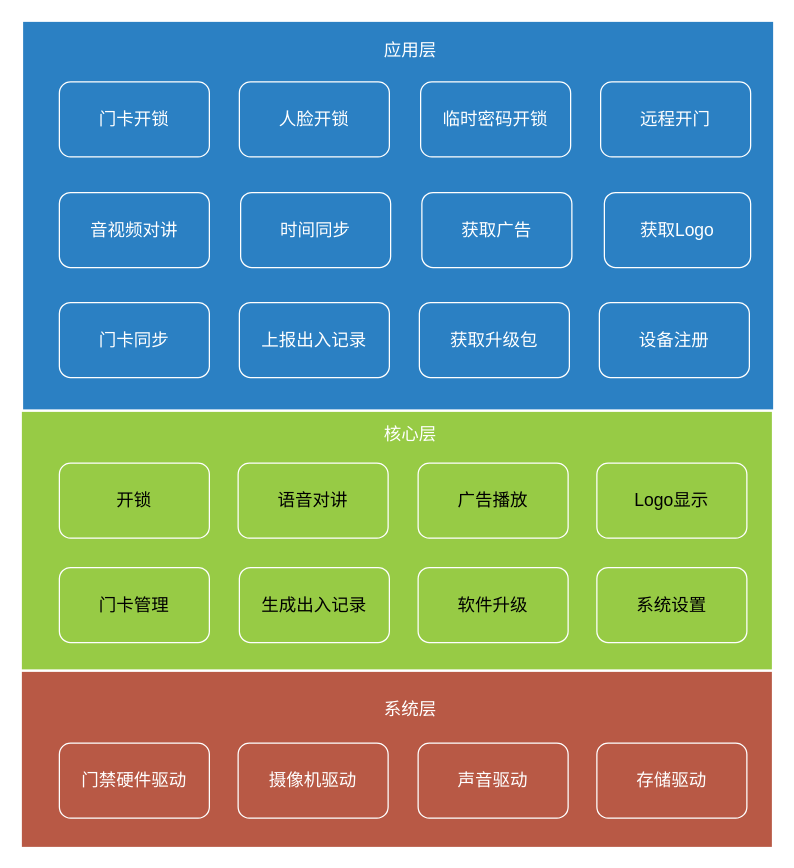
Earlier version of the draw.io diagram page "Page-2" (2 of 2) of smartdoor.drawio (jeffmacn/myjava). Source tidied: cells renumbered, new cells numbered last; positions are measured from the earlier drawing's top-left corner, leaving out a move shared by most shapes. Both pictures are drawn from the tidied source at 125%, with x=0, y=0 at pixel (21, 21).
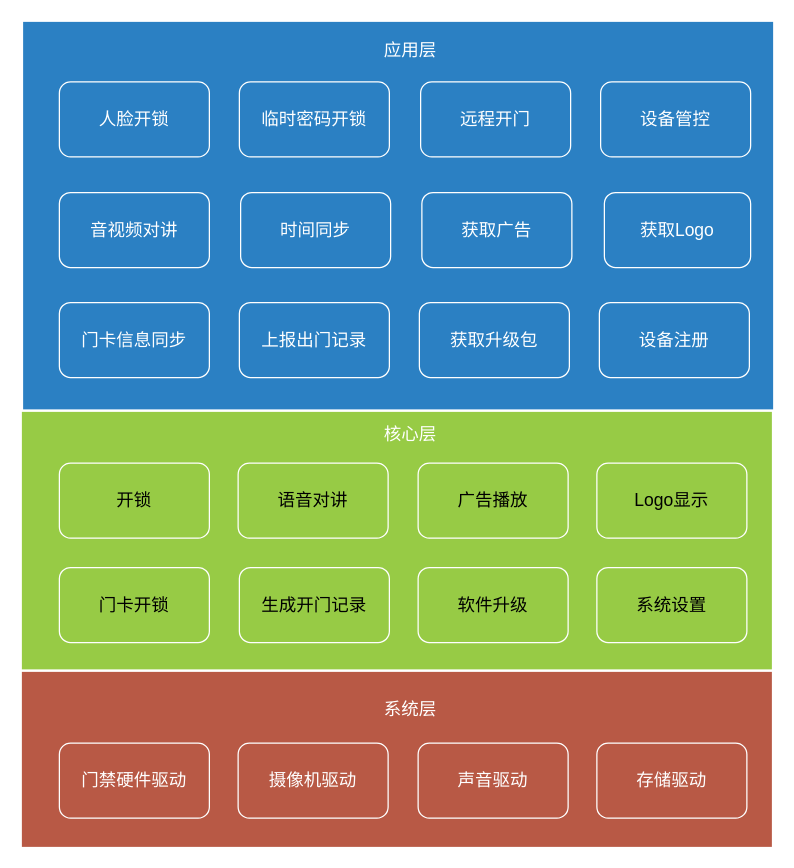
After the change.

The change refers to these unchanged cells:
```xml
<mxCell id="18" style="group;" parent="1" vertex="1">
  <mxGeometry x="30" y="436.5" width="550" height="60" as="geometry" />
</mxCell>
<mxCell id="21" style="group;fontColor=#FFFFFF;" parent="1" vertex="1">
  <mxGeometry x="30" y="48" width="553" height="60" as="geometry" />
</mxCell>
<mxCell id="26" style="group;" parent="1" vertex="1">
  <mxGeometry x="30" y="224.5" width="552" height="60" as="geometry" />
</mxCell>
```

Change to the diagram source:
```diff
@@
-    <mxCell id="20" value="门卡管理" style="rounded=1;whiteSpace=wrap;html=1;strokeColor=#FFFFFF;fillColor=none;fontColor=#000000;fontSize=14;" parent="18" vertex="1">
+    <mxCell id="20" value="门卡开锁" style="rounded=1;whiteSpace=wrap;html=1;strokeColor=#FFFFFF;fillColor=none;fontColor=#000000;fontSize=14;" parent="18" vertex="1">
       <mxGeometry width="120" height="60" as="geometry" />
     </mxCell>
@@
-    <mxCell id="22" value="&lt;font color=&quot;#ffffff&quot;&gt;门卡开锁&lt;/font&gt;" style="rounded=1;whiteSpace=wrap;html=1;strokeColor=#FFFFFF;fillColor=none;fontColor=#FF0000;fontSize=14;" parent="21" vertex="1">
+    <mxCell id="22" value="&lt;font color=&quot;#ffffff&quot;&gt;人脸开锁&lt;/font&gt;" style="rounded=1;whiteSpace=wrap;html=1;strokeColor=#FFFFFF;fillColor=none;fontColor=#FF0000;fontSize=14;" parent="21" vertex="1">
       <mxGeometry width="120" height="60" as="geometry" />
     </mxCell>
-    <mxCell id="23" value="人脸开锁" style="rounded=1;whiteSpace=wrap;html=1;strokeColor=#FFFFFF;fillColor=none;fontColor=#FFFFFF;fontSize=14;" parent="21" vertex="1">
+    <mxCell id="23" value="临时密码开锁" style="rounded=1;whiteSpace=wrap;html=1;strokeColor=#FFFFFF;fillColor=none;fontColor=#FFFFFF;fontSize=14;" parent="21" vertex="1">
       <mxGeometry x="144" width="120" height="60" as="geometry" />
     </mxCell>
-    <mxCell id="24" value="临时密码开锁" style="rounded=1;whiteSpace=wrap;html=1;strokeColor=#FFFFFF;fillColor=none;fontColor=#FFFFFF;fontSize=14;" parent="21" vertex="1">
+    <mxCell id="24" value="远程开门" style="rounded=1;whiteSpace=wrap;html=1;strokeColor=#FFFFFF;fillColor=none;fontColor=#FFFFFF;fontSize=14;" parent="21" vertex="1">
       <mxGeometry x="289" width="120" height="60" as="geometry" />
     </mxCell>
-    <mxCell id="25" value="远程开门" style="rounded=1;whiteSpace=wrap;html=1;strokeColor=#FFFFFF;fillColor=none;fontColor=#FFFFFF;fontSize=14;" parent="21" vertex="1">
+    <mxCell id="25" value="设备管控" style="rounded=1;whiteSpace=wrap;html=1;strokeColor=#FFFFFF;fillColor=none;fontColor=#FFFFFF;fontSize=14;" parent="21" vertex="1">
       <mxGeometry x="433" width="120" height="60" as="geometry" />
     </mxCell>
@@
-    <mxCell id="27" value="&lt;font color=&quot;#ffffff&quot;&gt;门卡同步&lt;/font&gt;" style="rounded=1;whiteSpace=wrap;html=1;strokeColor=#FFFFFF;fillColor=none;fontColor=#FF0000;fontSize=14;" parent="26" vertex="1">
+    <mxCell id="27" value="&lt;font color=&quot;#ffffff&quot;&gt;门卡信息同步&lt;/font&gt;" style="rounded=1;whiteSpace=wrap;html=1;strokeColor=#FFFFFF;fillColor=none;fontColor=#FF0000;fontSize=14;" parent="26" vertex="1">
       <mxGeometry width="120" height="60" as="geometry" />
     </mxCell>
-    <mxCell id="28" value="上报出入记录" style="rounded=1;whiteSpace=wrap;html=1;strokeColor=#FFFFFF;fillColor=none;fontColor=#FFFFFF;fontSize=14;" parent="26" vertex="1">
+    <mxCell id="28" value="上报出门记录" style="rounded=1;whiteSpace=wrap;html=1;strokeColor=#FFFFFF;fillColor=none;fontColor=#FFFFFF;fontSize=14;" parent="26" vertex="1">
       <mxGeometry x="144" width="120" height="60" as="geometry" />
     </mxCell>
@@
-    <mxCell id="36" value="生成出入记录" style="rounded=1;whiteSpace=wrap;html=1;strokeColor=#FFFFFF;fillColor=none;fontColor=#000000;fontSize=14;" parent="1" vertex="1">
+    <mxCell id="36" value="生成开门记录" style="rounded=1;whiteSpace=wrap;html=1;strokeColor=#FFFFFF;fillColor=none;fontColor=#000000;fontSize=14;" parent="1" vertex="1">
       <mxGeometry x="174" y="436.5" width="120" height="60" as="geometry" />
     </mxCell>
```
